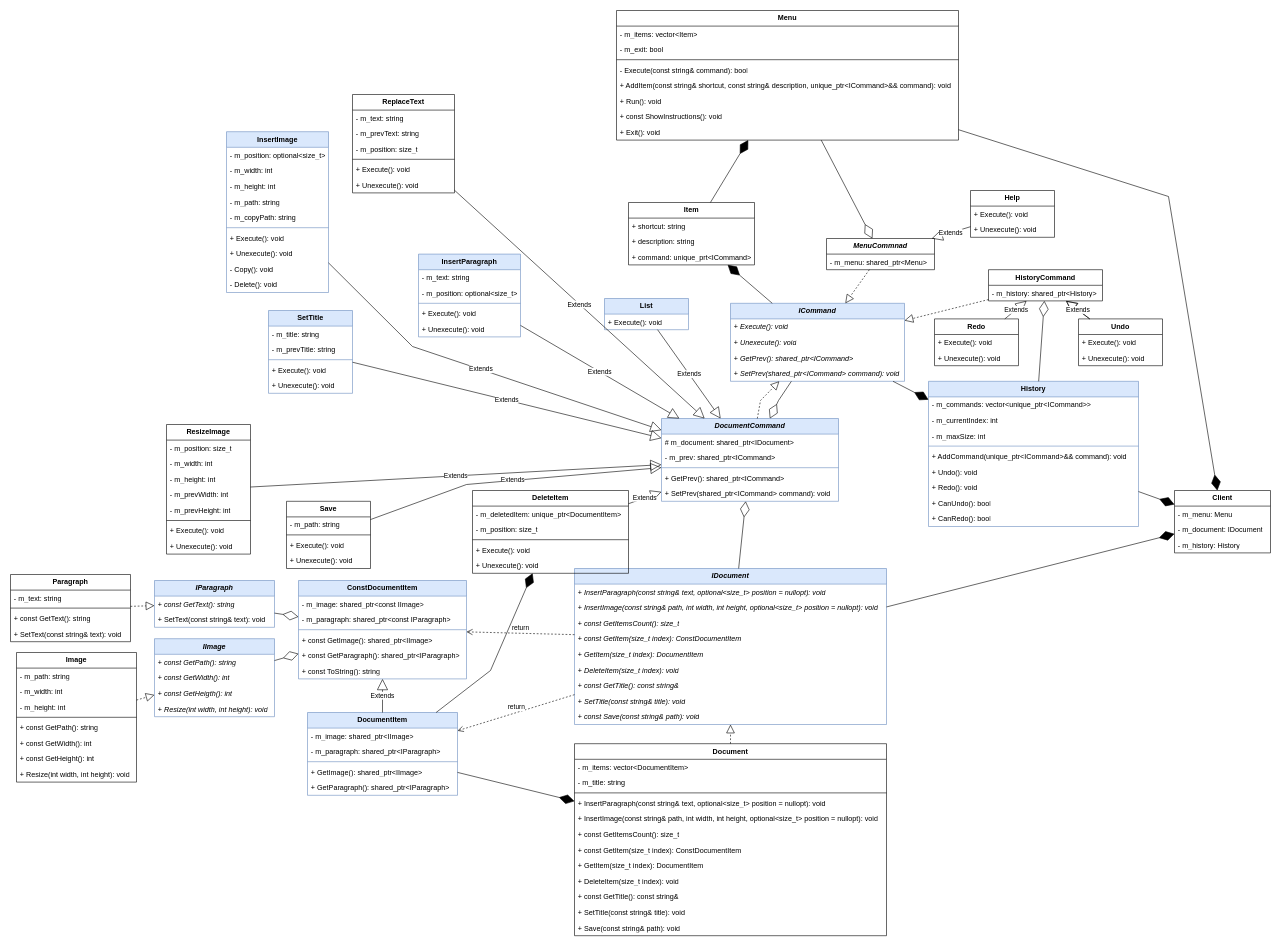
The draw.io diagram page "Copy of Command" (2 of 2) of command/diagram.drawio in roman-kutimskii/object-oriented-design, before the edit. Source tidied: cells renumbered, new cells numbered last; positions are measured from the earlier drawing's top-left corner, leaving out a move shared by most shapes. Both pictures are drawn from the tidied source at 60%, with x=0, y=0 at pixel (10, 10).
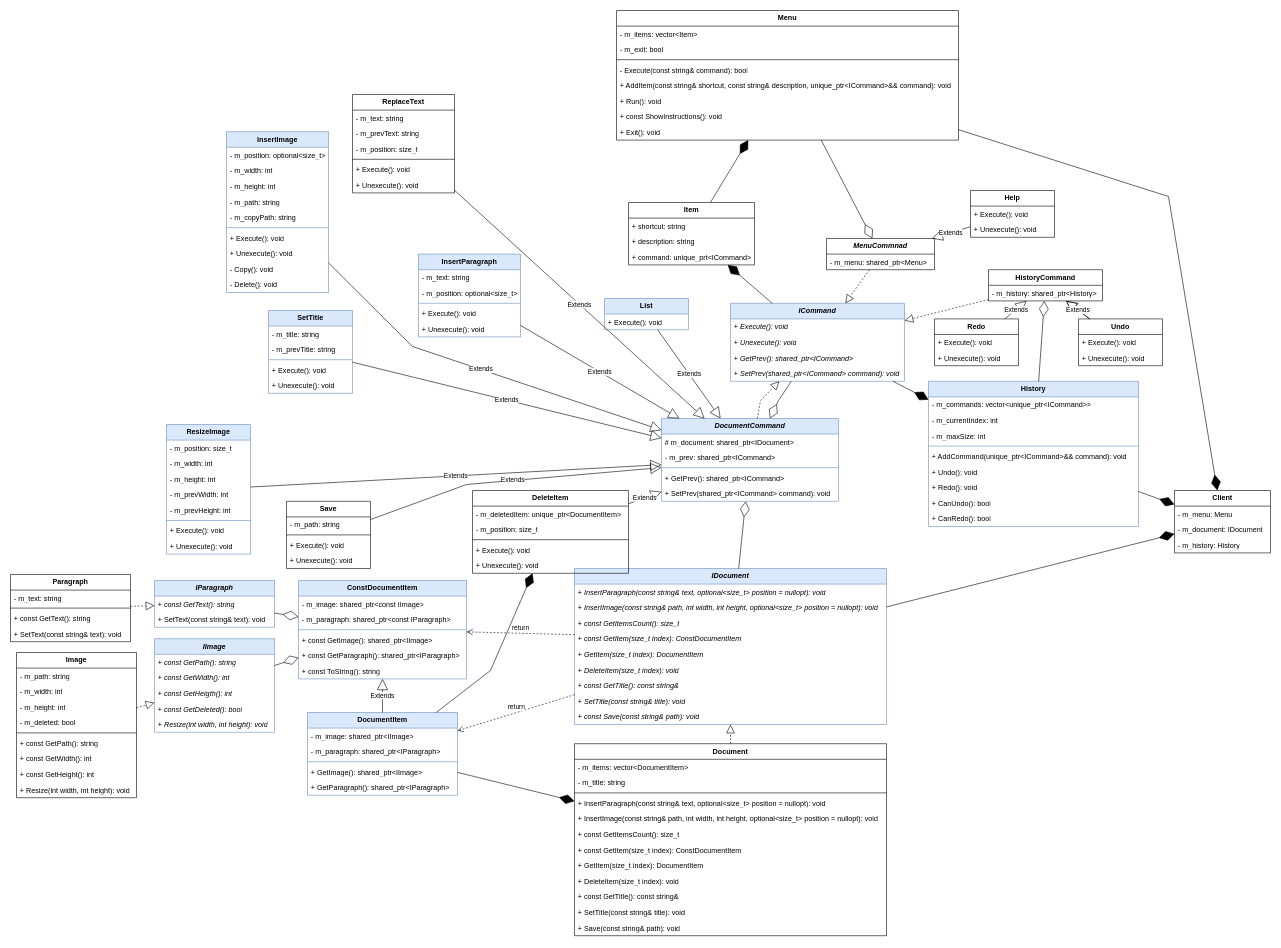
The same diagram, later.

Diff of the diagram source:
```diff
@@
     <mxCell id="57" value="&lt;b&gt;&lt;i&gt;IImage&lt;/i&gt;&lt;/b&gt;" style="swimlane;fontStyle=0;horizontal=1;startSize=26;fillColor=#dae8fc;whiteSpace=wrap;html=1;strokeColor=#6c8ebf;" parent="1" vertex="1">
-      <mxGeometry x="240" y="1047" width="200" height="130" as="geometry" />
+      <mxGeometry x="240" y="1047" width="200" height="156" as="geometry" />
     </mxCell>
@@
+    <mxCell id="198" value="+ &lt;i&gt;const GetDeleted(): bool&lt;/i&gt;" style="text;strokeColor=none;fillColor=none;align=left;verticalAlign=top;spacingLeft=4;spacingRight=4;overflow=hidden;whiteSpace=wrap;html=1;" parent="57" vertex="1">
+      <mxGeometry y="104" width="200" height="26" as="geometry" />
+    </mxCell>
     <mxCell id="61" value="+ &lt;i&gt;Resize(int width, int height): void&lt;/i&gt;" style="text;strokeColor=none;fillColor=none;align=left;verticalAlign=top;spacingLeft=4;spacingRight=4;overflow=hidden;whiteSpace=wrap;html=1;" parent="57" vertex="1">
-      <mxGeometry y="104" width="200" height="26" as="geometry" />
+      <mxGeometry y="130" width="200" height="26" as="geometry" />
     </mxCell>
@@
     <mxCell id="65" value="&lt;b&gt;Image&lt;/b&gt;" style="swimlane;fontStyle=0;horizontal=1;startSize=26;fillColor=none;whiteSpace=wrap;html=1;" parent="1" vertex="1">
-      <mxGeometry x="10" y="1070" width="200" height="216" as="geometry" />
+      <mxGeometry x="10" y="1070" width="200" height="242" as="geometry" />
     </mxCell>
@@
+    <mxCell id="199" value="- m_deleted: bool" style="text;strokeColor=none;fillColor=none;align=left;verticalAlign=top;spacingLeft=4;spacingRight=4;overflow=hidden;whiteSpace=wrap;html=1;" parent="65" vertex="1">
+      <mxGeometry y="104" width="200" height="26" as="geometry" />
+    </mxCell>
     <mxCell id="69" style="line;strokeWidth=1;fillColor=none;align=left;verticalAlign=middle;spacingTop=-1;spacingLeft=3;spacingRight=3;labelPosition=right;strokeColor=inherit;" parent="65" vertex="1">
-      <mxGeometry y="104" width="200" height="8" as="geometry" />
+      <mxGeometry y="130" width="200" height="8" as="geometry" />
     </mxCell>
     <mxCell id="70" value="+ const GetPath(): string" style="text;strokeColor=none;fillColor=none;align=left;verticalAlign=top;spacingLeft=4;spacingRight=4;overflow=hidden;whiteSpace=wrap;html=1;" parent="65" vertex="1">
-      <mxGeometry y="112" width="200" height="26" as="geometry" />
+      <mxGeometry y="138" width="200" height="26" as="geometry" />
     </mxCell>
     <mxCell id="71" value="+ const GetWidth(): int" style="text;strokeColor=none;fillColor=none;align=left;verticalAlign=top;spacingLeft=4;spacingRight=4;overflow=hidden;whiteSpace=wrap;html=1;" parent="65" vertex="1">
-      <mxGeometry y="138" width="200" height="26" as="geometry" />
+      <mxGeometry y="164" width="200" height="26" as="geometry" />
     </mxCell>
     <mxCell id="72" value="+ const GetHeight(): int" style="text;strokeColor=none;fillColor=none;align=left;verticalAlign=top;spacingLeft=4;spacingRight=4;overflow=hidden;whiteSpace=wrap;html=1;" parent="65" vertex="1">
-      <mxGeometry y="164" width="200" height="26" as="geometry" />
+      <mxGeometry y="190" width="200" height="26" as="geometry" />
     </mxCell>
     <mxCell id="73" value="+ Resize(int width, int height): void" style="text;strokeColor=none;fillColor=none;align=left;verticalAlign=top;spacingLeft=4;spacingRight=4;overflow=hidden;whiteSpace=wrap;html=1;" parent="65" vertex="1">
-      <mxGeometry y="190" width="200" height="26" as="geometry" />
+      <mxGeometry y="216" width="200" height="26" as="geometry" />
     </mxCell>
@@
-    <mxCell id="115" value="&lt;b&gt;ResizeImage&lt;/b&gt;" style="swimlane;fontStyle=0;horizontal=1;startSize=26;fillColor=none;whiteSpace=wrap;html=1;" parent="1" vertex="1">
+    <mxCell id="115" value="&lt;b&gt;ResizeImage&lt;/b&gt;" style="swimlane;fontStyle=0;horizontal=1;startSize=26;fillColor=#dae8fc;whiteSpace=wrap;html=1;strokeColor=#6c8ebf;" parent="1" vertex="1">
       <mxGeometry x="260" y="690" width="140" height="216" as="geometry" />
     </mxCell>
```
